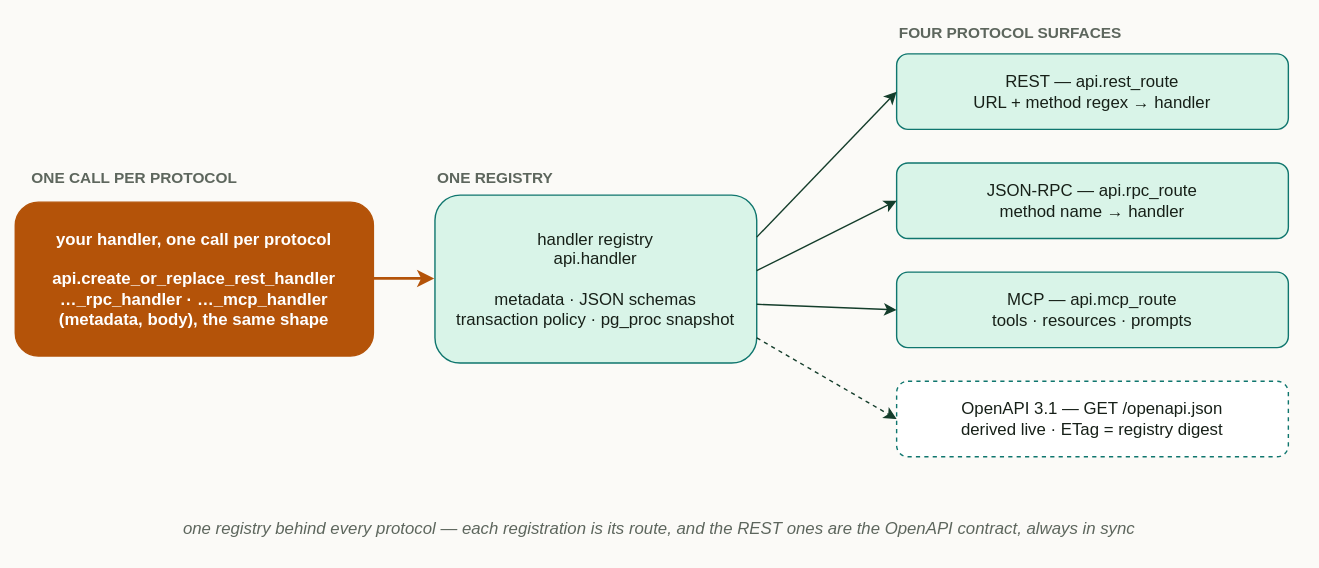
The draw.io diagram docs/diagrams/d11-one-registry-many-protocols.drawio.svg in vvka-141/pgmi, before a commit. Source tidied: cells renumbered, new cells last; positions are measured from the earlier drawing's top-left corner, leaving out a move shared by most shapes.
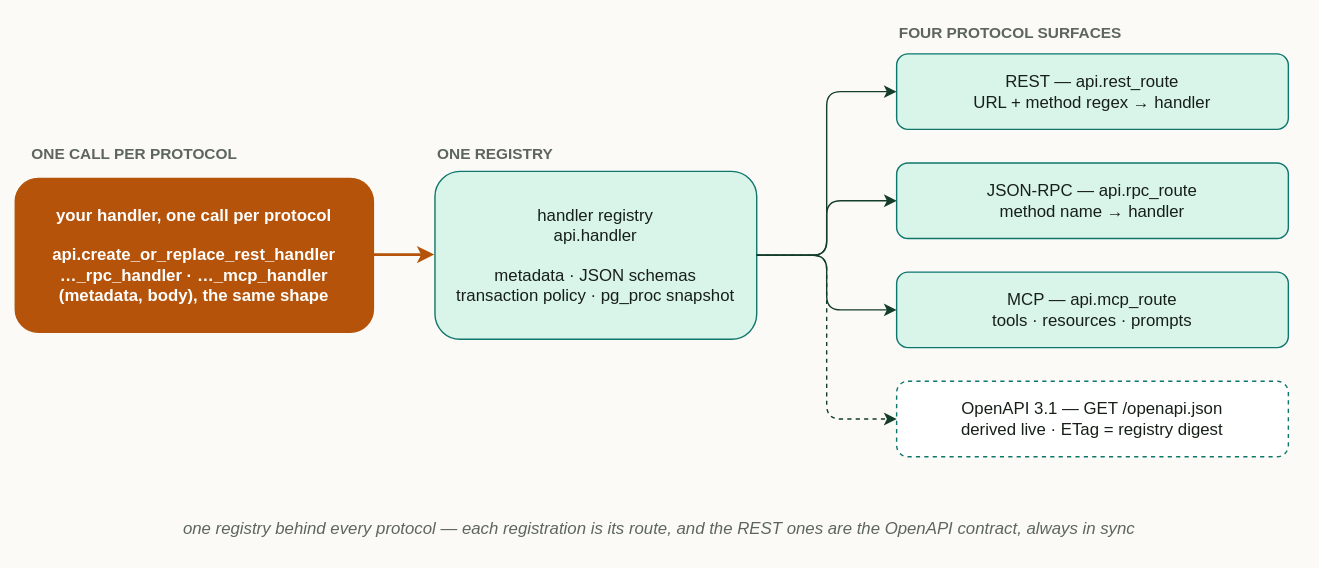
The same file after the commit.

What changed in the source:
```diff
@@ -3,21 +3,21 @@
     <mxCell id="0" />
     <mxCell id="1" parent="0" />
     <mxCell id="2" value="ONE CALL PER PROTOCOL" style="text;html=1;align=left;fontStyle=1;fontSize=11;fontColor=#5d665d;" parent="1" vertex="1">
-      <mxGeometry x="10" y="104" width="200" height="20" as="geometry" />
+      <mxGeometry x="10" y="87" width="200" height="20" as="geometry" />
     </mxCell>
     <mxCell id="3" value="ONE REGISTRY" style="text;html=1;align=left;fontStyle=1;fontSize=11;fontColor=#5d665d;" parent="1" vertex="1">
-      <mxGeometry x="300" y="104" width="200" height="20" as="geometry" />
+      <mxGeometry x="300" y="87" width="200" height="20" as="geometry" />
     </mxCell>
     <mxCell id="4" value="FOUR PROTOCOL SURFACES" style="text;html=1;align=left;fontStyle=1;fontSize=11;fontColor=#5d665d;" parent="1" vertex="1">
       <mxGeometry x="630" width="280" height="20" as="geometry" />
     </mxCell>
     <mxCell id="5" value="your handler, one call per protocol&#10;&#10;api.create_or_replace_rest_handler&#10;…_rpc_handler · …_mcp_handler&#10;(metadata, body), the same shape" style="rounded=1;whiteSpace=wrap;html=1;fillColor=#b45309;strokeColor=#b45309;fontColor=#ffffff;fontStyle=1;fontSize=12;" parent="1" vertex="1">
-      <mxGeometry y="134" width="256" height="110" as="geometry" />
+      <mxGeometry y="117" width="256" height="110" as="geometry" />
     </mxCell>
     <mxCell id="6" value="handler registry&#10;api.handler&#10;&#10;metadata · JSON schemas&#10;transaction policy · pg_proc snapshot" style="rounded=1;whiteSpace=wrap;html=1;fillColor=#d9f4e8;strokeColor=#0f766e;fontColor=#172018;fontSize=12;" parent="1" vertex="1">
-      <mxGeometry x="300" y="129" width="230" height="120" as="geometry" />
+      <mxGeometry x="300" y="112" width="230" height="120" as="geometry" />
     </mxCell>
-    <mxCell id="7" style="html=1;endArrow=classic;strokeColor=#b45309;strokeWidth=2;exitX=1;exitY=0.5;entryX=0;entryY=0.5;" parent="1" edge="1" source="5" target="6">
+    <mxCell id="7" style="edgeStyle=orthogonalEdgeStyle;rounded=1;html=1;endArrow=classic;strokeColor=#b45309;strokeWidth=2;exitX=1;exitY=0.5;entryX=0;entryY=0.5;" parent="1" edge="1" source="5" target="6">
       <mxGeometry relative="1" as="geometry" />
     </mxCell>
     <mxCell id="8" value="REST — api.rest_route&#10;URL + method regex → handler" style="rounded=1;whiteSpace=wrap;html=1;fillColor=#d9f4e8;strokeColor=#0f766e;fontColor=#172018;fontSize=12;" parent="1" vertex="1">
@@ -32,16 +32,16 @@
     <mxCell id="11" value="OpenAPI 3.1 — GET /openapi.json&#10;derived live · ETag = registry digest" style="rounded=1;whiteSpace=wrap;html=1;fillColor=#ffffff;strokeColor=#0f766e;dashed=1;fontColor=#172018;fontSize=12;" parent="1" vertex="1">
       <mxGeometry x="630" y="262" width="280" height="54" as="geometry" />
     </mxCell>
-    <mxCell id="12" style="html=1;endArrow=classic;strokeColor=#143d2b;exitX=1;exitY=0.25;entryX=0;entryY=0.5;" parent="1" edge="1" source="6" target="8">
+    <mxCell id="12" style="edgeStyle=orthogonalEdgeStyle;rounded=1;html=1;endArrow=classic;strokeColor=#143d2b;exitX=1;exitY=0.5;entryX=0;entryY=0.5;" parent="1" edge="1" source="6" target="8">
       <mxGeometry relative="1" as="geometry" />
     </mxCell>
-    <mxCell id="13" style="html=1;endArrow=classic;strokeColor=#143d2b;exitX=1;exitY=0.45;entryX=0;entryY=0.5;" parent="1" edge="1" source="6" target="9">
+    <mxCell id="13" style="edgeStyle=orthogonalEdgeStyle;rounded=1;html=1;endArrow=classic;strokeColor=#143d2b;exitX=1;exitY=0.5;entryX=0;entryY=0.5;" parent="1" edge="1" source="6" target="9">
       <mxGeometry relative="1" as="geometry" />
     </mxCell>
-    <mxCell id="14" style="html=1;endArrow=classic;strokeColor=#143d2b;exitX=1;exitY=0.65;entryX=0;entryY=0.5;" parent="1" edge="1" source="6" target="10">
+    <mxCell id="14" style="edgeStyle=orthogonalEdgeStyle;rounded=1;html=1;endArrow=classic;strokeColor=#143d2b;exitX=1;exitY=0.5;entryX=0;entryY=0.5;" parent="1" edge="1" source="6" target="10">
       <mxGeometry relative="1" as="geometry" />
     </mxCell>
-    <mxCell id="15" style="html=1;endArrow=classic;strokeColor=#143d2b;dashed=1;exitX=1;exitY=0.85;entryX=0;entryY=0.5;" parent="1" edge="1" source="6" target="11">
+    <mxCell id="15" style="edgeStyle=orthogonalEdgeStyle;rounded=1;html=1;endArrow=classic;strokeColor=#143d2b;dashed=1;exitX=1;exitY=0.5;entryX=0;entryY=0.5;" parent="1" edge="1" source="6" target="11">
       <mxGeometry relative="1" as="geometry" />
     </mxCell>
     <mxCell id="16" value="one registry behind every protocol — each registration is its route, and the REST ones are the OpenAPI contract, always in sync" style="text;html=1;align=center;fontStyle=2;fontSize=12;fontColor=#5d665d;" parent="1" vertex="1">
```
